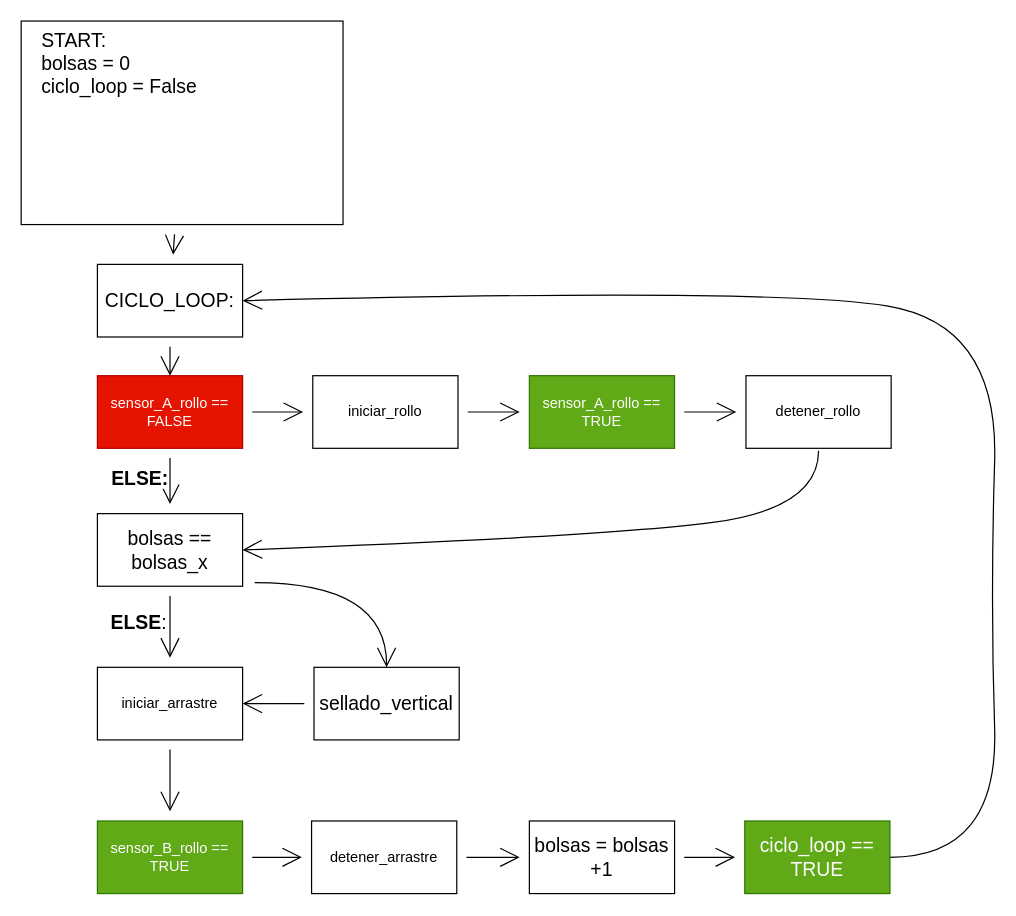
The draw.io diagram design_files/env.drawio in marsex/workbench, before the edit. Source tidied: cells renumbered, new cells numbered last; positions are measured from the earlier drawing's top-left corner, leaving out a move shared by most shapes. Both pictures are drawn from the tidied source at 121%, with x=0, y=0 at pixel (21, 21).
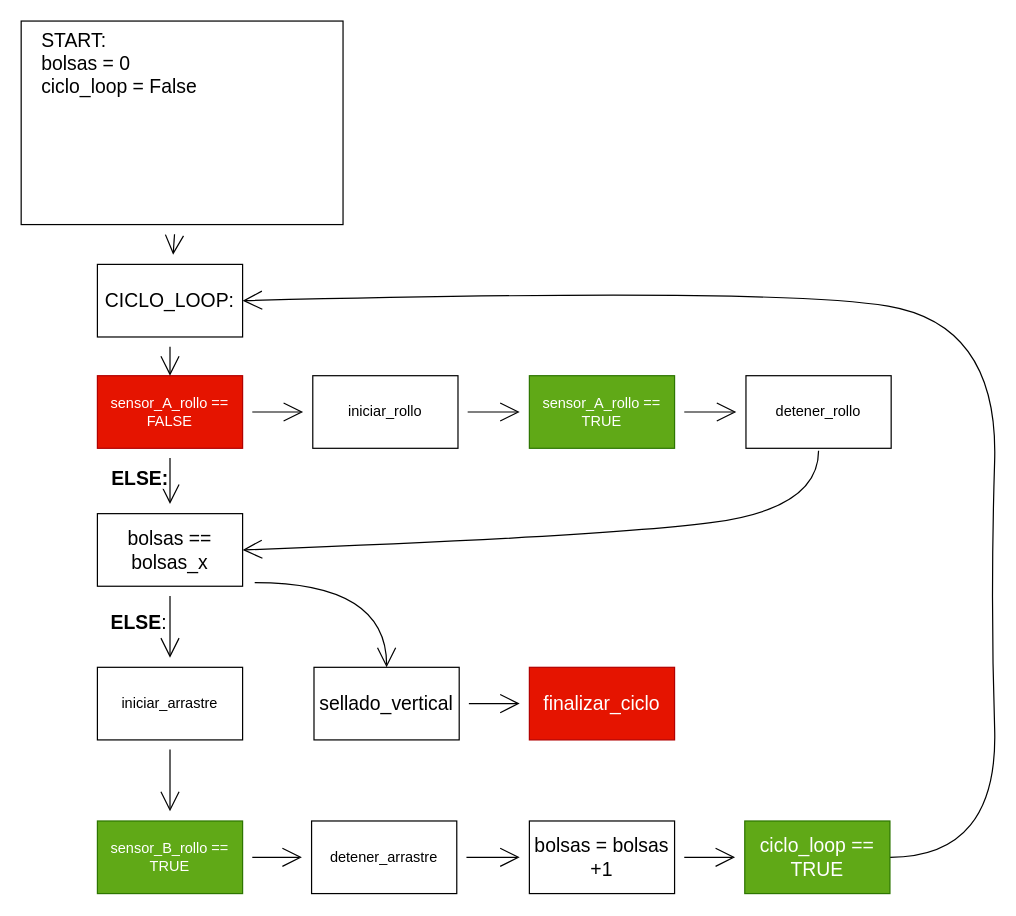
Above is the later version.

The change refers to these unchanged cells:
```xml
<mxCell id="6" value="iniciar_arrastre" style="whiteSpace=wrap;html=1;hachureGap=4;" parent="1" vertex="1">
  <mxGeometry x="63" y="534" width="120" height="60" as="geometry" />
</mxCell>
<mxCell id="27" value="sellado_vertical" style="whiteSpace=wrap;html=1;hachureGap=4;fontSize=16;" parent="1" vertex="1">
  <mxGeometry x="242" y="534" width="120" height="60" as="geometry" />
</mxCell>
```

What changed in the source:
```diff
@@
-    <mxCell id="26" style="edgeStyle=none;curved=1;rounded=0;jettySize=auto;html=1;entryX=1;entryY=0.5;entryDx=0;entryDy=0;fontSize=16;endArrow=open;startSize=14;endSize=14;sourcePerimeterSpacing=8;targetPerimeterSpacing=8;" parent="1" edge="1" source="27" target="6">
-      <mxGeometry relative="1" as="geometry" />
-    </mxCell>
+    <mxCell id="31" style="edgeStyle=none;curved=1;rounded=0;jettySize=auto;html=1;fontSize=16;endArrow=open;startSize=14;endSize=14;sourcePerimeterSpacing=8;targetPerimeterSpacing=8;" parent="1" edge="1" source="27" target="32">
+      <mxGeometry relative="1" as="geometry" />
+    </mxCell>
@@
+    <mxCell id="32" value="finalizar_ciclo" style="whiteSpace=wrap;html=1;hachureGap=4;fontSize=16;fillColor=#e51400;fontColor=#ffffff;strokeColor=#B20000;" parent="1" vertex="1">
+      <mxGeometry x="420" y="534" width="120" height="60" as="geometry" />
+    </mxCell>
```
